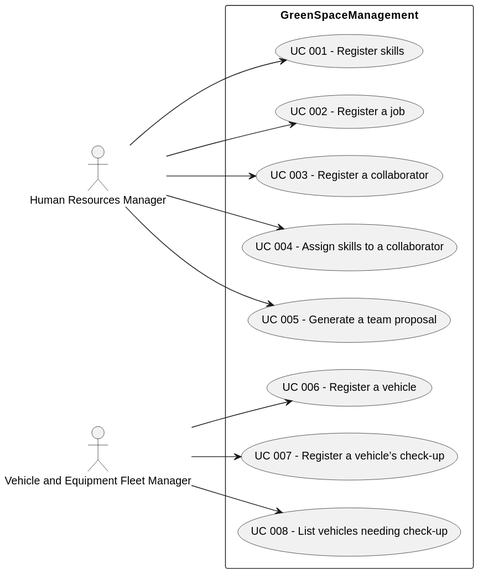
Departamento-de-Engenharia-Informatica/lei-24-s2-1dm-g132 keeps this PlantUML diagram as docs/sprintC/global-artifacts/01.requirements-engineering/svg/use-case-diagram.svg. Above is the earlier version.
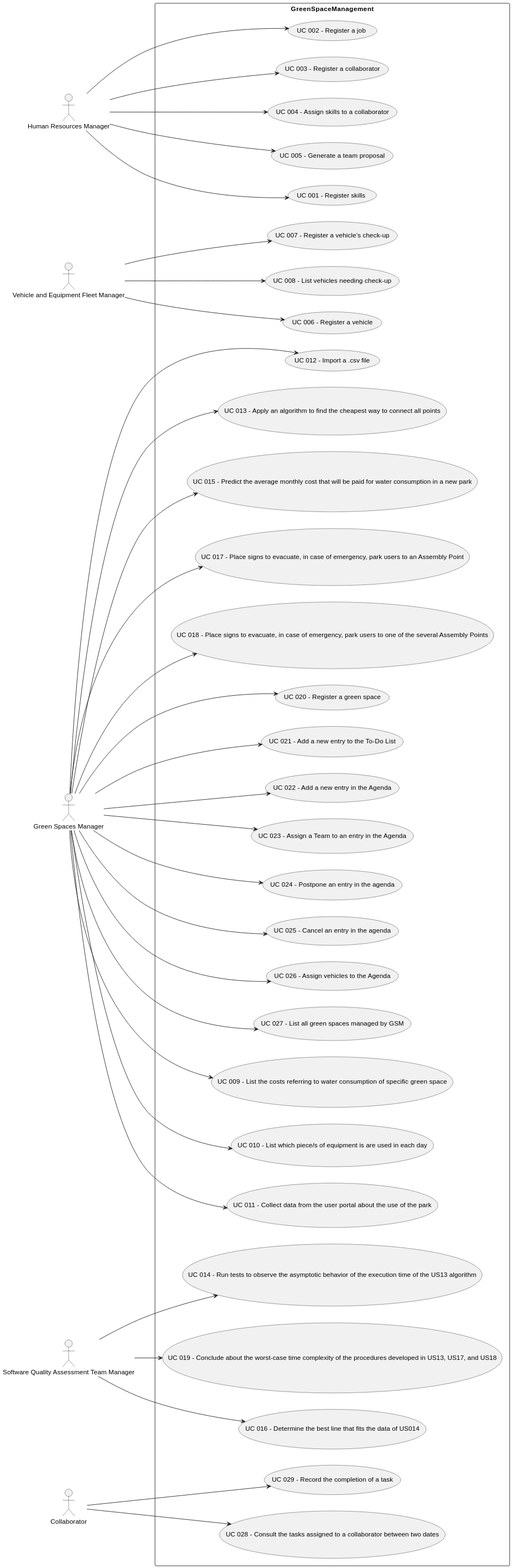
After the commit.

What changed in the source:
```diff
@@ -3,6 +3,9 @@
 
 actor "Human Resources Manager" as HRM
 actor "Vehicle and Equipment Fleet Manager" as VFM
+actor "Green Spaces Manager" as GSM
+actor "Software Quality Assessment Team Manager" as QAM
+actor "Collaborator" as Collab
 
 
 rectangle GreenSpaceManagement {
@@ -14,5 +17,26 @@
   VFM --> (UC 006 - Register a vehicle)
   VFM --> (UC 007 - Register a vehicle’s check-up)
   VFM --> (UC 008 - List vehicles needing check-up)
+  GSM --> (UC 009 - List the  costs referring to water consumption of specific green space)
+  GSM --> (UC 010 - List which piece/s of equipment is are used in each day)
+  GSM --> (UC 011 - Collect data from the user portal about the use of the park)
+  GSM --> (UC 012 - Import a .csv file)
+  GSM --> (UC 013 - Apply an algorithm to find the cheapest way to connect all points)
+  QAM --> (UC 014 - Run tests to observe the asymptotic behavior of the execution time of the US13 algorithm)
+  GSM --> (UC 015 - Predict the average monthly cost that will be paid for water consumption in a new park)
+  QAM --> (UC 016 - Determine the best line that fits the data of US014)
+  GSM --> (UC 017 - Place signs to evacuate, in case of emergency, park users to an Assembly Point)
+  GSM --> (UC 018 - Place signs to evacuate, in case of emergency, park users to one of the several Assembly Points)
+  QAM --> (UC 019 - Conclude about the worst-case time complexity of the procedures developed in US13, US17, and US18)
+  GSM --> (UC 020 - Register a green space)
+  GSM --> (UC 021 - Add a new entry to the To-Do List)
+  GSM --> (UC 022 - Add a new entry in the Agenda)
+  GSM --> (UC 023 - Assign a Team to an entry in the Agenda)
+  GSM --> (UC 024 - Postpone an entry in the agenda)
+  GSM --> (UC 025 - Cancel an entry in the agenda)
+  GSM --> (UC 026 - Assign vehicles to the Agenda)
+  GSM --> (UC 027 - List all green spaces managed by GSM)
+  Collab --> (UC 028 - Consult the tasks assigned to a collaborator between two dates)
+  Collab --> (UC 029 - Record the completion of a task)
 }
 @enduml
```
